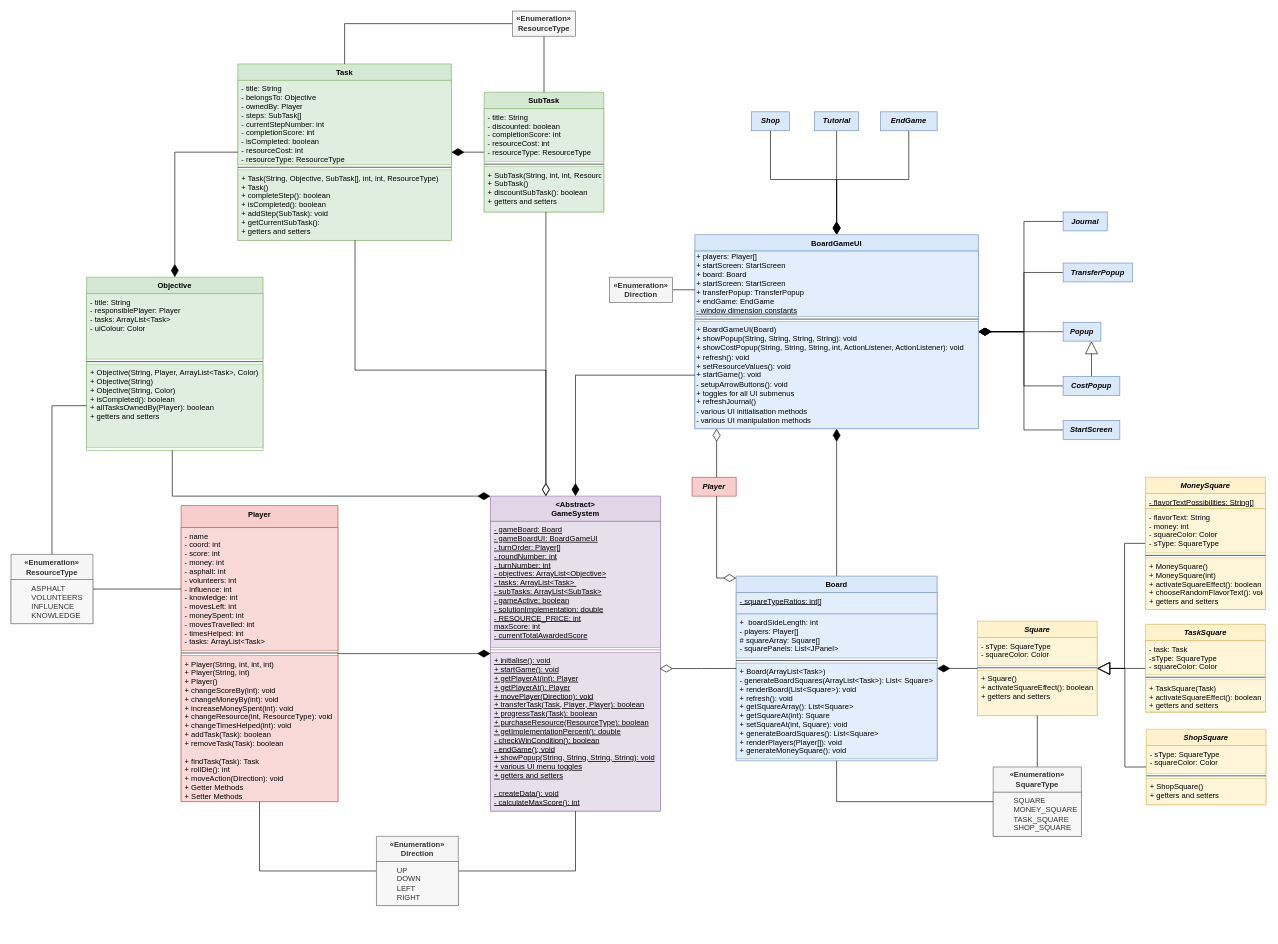
Xelodico/engineers-without-borders keeps this draw.io diagram as Deliverables/Semester 2/UML_Class_Diagram.drawio. Above is the earlier version. Source tidied: cells renumbered, new cells numbered last; positions are measured from the earlier drawing's top-left corner, leaving out a move shared by most shapes. Both pictures are drawn from the tidied source at 63%, with x=0, y=0 at pixel (11, 11).
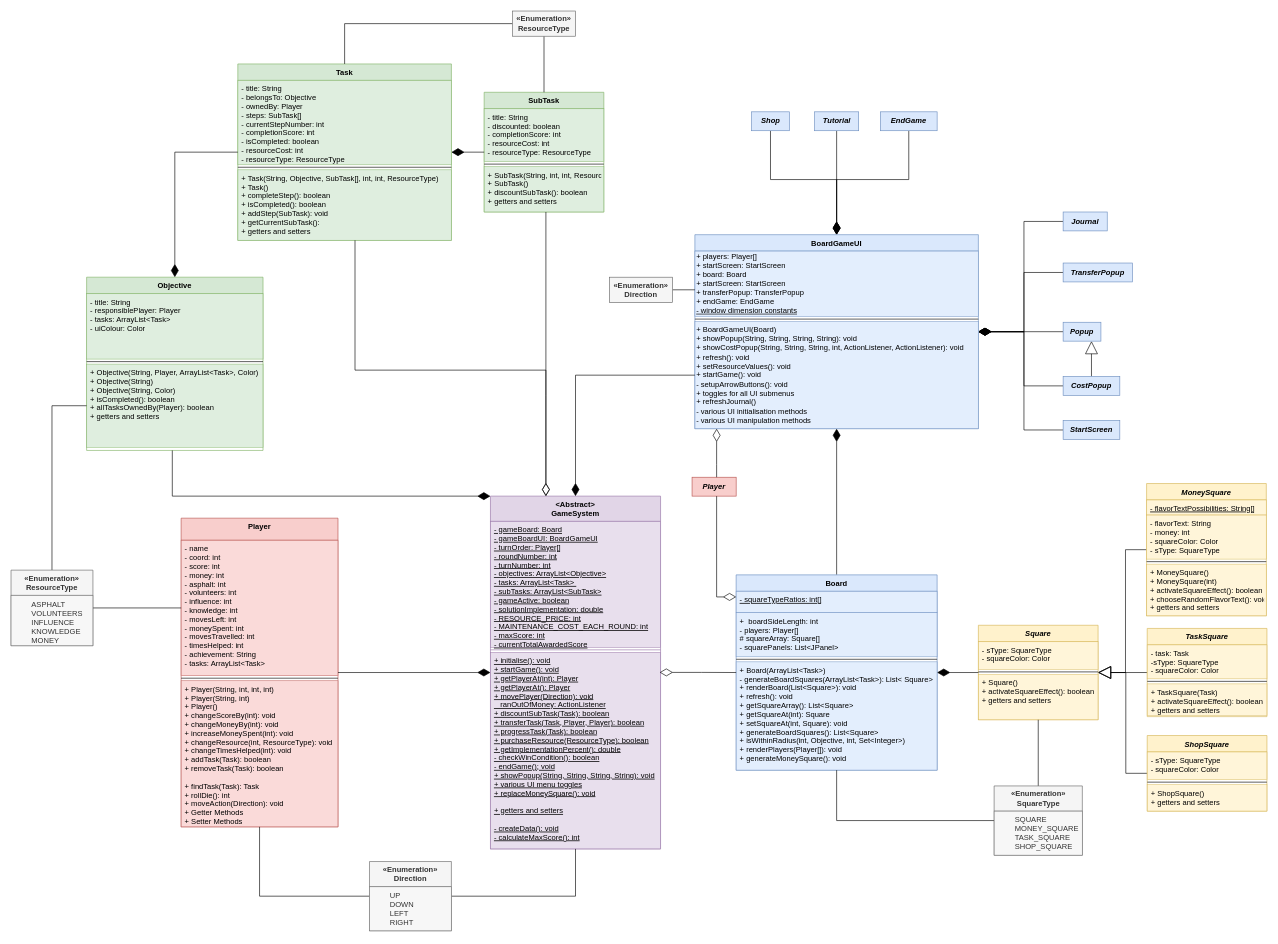
The same page after the edit.

Unchanged cells that the change refers to:
```xml
<mxCell id="64" value="&lt;i&gt;Player&lt;/i&gt;" style="html=1;whiteSpace=wrap;fillColor=#f8cecc;strokeColor=#b85450;fontStyle=1;" parent="1" vertex="1">
  <mxGeometry x="1081" y="740" width="70" height="30" as="geometry" />
</mxCell>
```

The edit, as a diff of the source:
```diff
@@
     <mxCell id="2" value="Square" style="swimlane;fontStyle=3;align=center;verticalAlign=top;horizontal=1;startSize=26;rounded=0;shadow=0;strokeWidth=1;fillColor=#fff2cc;strokeColor=#d6b656;" parent="1" vertex="1">
-      <mxGeometry x="1534" y="968.5" width="190" height="150" as="geometry" />
+      <mxGeometry x="1535.5" y="975" width="190" height="150" as="geometry" />
     </mxCell>
@@
     <mxCell id="7" value="Board" style="swimlane;fontStyle=1;align=center;verticalAlign=top;horizontal=1;startSize=26;rounded=0;shadow=0;strokeWidth=1;fillColor=#dae8fc;strokeColor=#6c8ebf;" parent="1" vertex="1">
-      <mxGeometry x="1151" y="897" width="319" height="293" as="geometry" />
+      <mxGeometry x="1151" y="895" width="319" height="310" as="geometry" />
     </mxCell>
@@
-    <mxCell id="11" value="+ Board(ArrayList&lt;Task&gt;)&#10;- generateBoardSquares(ArrayList&lt;Task&gt;): List&lt; Square&gt;&#10;+ renderBoard(List&lt;Square&gt;): void&#10;+ refresh(): void&#10;+ getSquareArray(): List&lt;Square&gt;&#10;+ getSquareAt(int): Square&#10;+ setSquareAt(int, Square): void&#10;+ generateBoardSquares(): List&lt;Square&gt;&#10;+ renderPlayers(Player[]): void&#10;+ generateMoneySquare(): void&#10;" style="text;align=left;verticalAlign=top;spacingLeft=4;spacingRight=4;overflow=hidden;fillColor=#dae8fc;strokeColor=#6c8ebf;opacity=75;" parent="7" vertex="1">
-      <mxGeometry y="138" width="319" height="152" as="geometry" />
+    <mxCell id="11" value="+ Board(ArrayList&lt;Task&gt;)&#10;- generateBoardSquares(ArrayList&lt;Task&gt;): List&lt; Square&gt;&#10;+ renderBoard(List&lt;Square&gt;): void&#10;+ refresh(): void&#10;+ getSquareArray(): List&lt;Square&gt;&#10;+ getSquareAt(int): Square&#10;+ setSquareAt(int, Square): void&#10;+ generateBoardSquares(): List&lt;Square&gt;&#10;+ isWithinRadius(int, Objective, int, Set&lt;Integer&gt;)&#10;+ renderPlayers(Player[]): void&#10;+ generateMoneySquare(): void&#10;" style="text;align=left;verticalAlign=top;spacingLeft=4;spacingRight=4;overflow=hidden;fillColor=#dae8fc;strokeColor=#6c8ebf;opacity=75;" parent="7" vertex="1">
+      <mxGeometry y="138" width="319" height="172" as="geometry" />
     </mxCell>
     <mxCell id="12" value="Player" style="swimlane;fontStyle=1;align=center;verticalAlign=top;horizontal=1;startSize=35;rounded=0;shadow=0;strokeWidth=1;fillColor=#f8cecc;strokeColor=#b85450;" parent="1" vertex="1">
-      <mxGeometry x="270" y="785" width="249" height="470" as="geometry" />
+      <mxGeometry x="270" y="805" width="249" height="490" as="geometry" />
     </mxCell>
-    <mxCell id="13" value="- name&#10;- coord: int&#10;- score: int&#10;- money: int&#10;- asphalt: int&#10;- volunteers: int&#10;- influence: int&#10;- knowledge: int&#10;- movesLeft: int&#10;- moneySpent: int&#10;- movesTravelled: int&#10;- timesHelped: int&#10;- tasks: ArrayList&lt;Task&gt;" style="text;align=left;verticalAlign=top;spacingLeft=4;spacingRight=4;overflow=hidden;points=[[0,0.5],[1,0.5]];portConstraint=eastwest;fillColor=#f8cecc;strokeColor=#b85450;opacity=75;" parent="12" vertex="1">
-      <mxGeometry y="35" width="249" height="195" as="geometry" />
+    <mxCell id="13" value="- name&#10;- coord: int&#10;- score: int&#10;- money: int&#10;- asphalt: int&#10;- volunteers: int&#10;- influence: int&#10;- knowledge: int&#10;- movesLeft: int&#10;- moneySpent: int&#10;- movesTravelled: int&#10;- timesHelped: int&#10;- achievement: String&#10;- tasks: ArrayList&lt;Task&gt;" style="text;align=left;verticalAlign=top;spacingLeft=4;spacingRight=4;overflow=hidden;points=[[0,0.5],[1,0.5]];portConstraint=eastwest;fillColor=#f8cecc;strokeColor=#b85450;opacity=75;" parent="12" vertex="1">
+      <mxGeometry y="35" width="249" height="215" as="geometry" />
     </mxCell>
     <mxCell id="14" style="line;html=1;strokeWidth=1;align=left;verticalAlign=middle;spacingTop=-1;spacingLeft=3;spacingRight=3;labelPosition=right;" parent="12" vertex="1">
-      <mxGeometry y="230" width="249" height="8" as="geometry" />
+      <mxGeometry y="250" width="249" height="8" as="geometry" />
     </mxCell>
     <mxCell id="15" value="+ Player(String, int, int, int)&#10;+ Player(String, int)&#10;+ Player()&#10;+ changeScoreBy(int): void&#10;+ changeMoneyBy(int): void&#10;+ increaseMoneySpent(int): void&#10;+ changeResource(int, ResourceType): void&#10;+ changeTimesHelped(int): void &#10;+ addTask(Task): boolean&#10;+ removeTask(Task): boolean&#10;&#10;+ findTask(Task): Task&#10;+ rollDie(): int&#10;+ moveAction(Direction): void&#10;+ Getter Methods&#10;+ Setter Methods&#10; " style="text;align=left;verticalAlign=top;spacingLeft=4;spacingRight=4;overflow=hidden;opacity=75;fillColor=#f8cecc;strokeColor=#b85450;" parent="12" vertex="1">
-      <mxGeometry y="238" width="249" height="232" as="geometry" />
+      <mxGeometry y="258" width="249" height="232" as="geometry" />
     </mxCell>
     <mxCell id="16" value="&lt;Abstract&gt;&#10;GameSystem" style="swimlane;fontStyle=1;align=center;verticalAlign=top;horizontal=1;startSize=40;rounded=0;shadow=0;strokeWidth=1;fillColor=#e1d5e7;strokeColor=#9673a6;" parent="1" vertex="1">
-      <mxGeometry x="761" y="770" width="270" height="500" as="geometry" />
+      <mxGeometry x="761" y="770" width="270" height="560" as="geometry" />
     </mxCell>
-    <mxCell id="17" value="- gameBoard: Board&#10;- gameBoardUI: BoardGameUI&#10;- turnOrder: Player[]&#10;- roundNumber: int&#10;- turnNumber: int&#10;- objectives: ArrayList&lt;Objective&gt;&#10;- tasks: ArrayList&lt;Task&gt; &#10;- subTasks: ArrayList&lt;SubTask&gt;&#10;- gameActive: boolean&#10;- solutionImplementation: double&#10;- RESOURCE_PRICE: int&#10;maxScore: int&#10;- currentTotalAwardedScore&#10;" style="text;align=left;verticalAlign=top;spacingLeft=4;spacingRight=4;overflow=hidden;rounded=0;shadow=0;html=0;fontStyle=4;fillColor=#e1d5e7;strokeColor=#9673a6;opacity=75;" parent="16" vertex="1">
+    <mxCell id="17" value="- gameBoard: Board&#10;- gameBoardUI: BoardGameUI&#10;- turnOrder: Player[]&#10;- roundNumber: int&#10;- turnNumber: int&#10;- objectives: ArrayList&lt;Objective&gt;&#10;- tasks: ArrayList&lt;Task&gt; &#10;- subTasks: ArrayList&lt;SubTask&gt;&#10;- gameActive: boolean&#10;- solutionImplementation: double&#10;- RESOURCE_PRICE: int&#10;- MAINTENANCE_COST_EACH_ROUND: int&#10;- maxScore: int&#10;- currentTotalAwardedScore&#10;" style="text;align=left;verticalAlign=top;spacingLeft=4;spacingRight=4;overflow=hidden;rounded=0;shadow=0;html=0;fontStyle=4;fillColor=#e1d5e7;strokeColor=#9673a6;opacity=75;" parent="16" vertex="1">
       <mxGeometry y="40" width="270" height="200" as="geometry" />
     </mxCell>
@@
-    <mxCell id="19" value="+ initialise(): void&#10;+ startGame(): void&#10;+ getPlayerAt(int): Player&#10;+ getPlayerAt(): Player&#10;+ movePlayer(Direction): void&#10;+ transferTask(Task, Player, Player): boolean&#10;+ progressTask(Task): boolean&#10;+ purchaseResource(ResourceType): boolean&#10;+ getImplementationPercent(): double&#10;- checkWinCondition(): boolean&#10;- endGame(); void&#10;+ showPopup(String, String, String, String): void&#10;+ various UI menu toggles&#10;+ getters and setters&#10;&#10;- createData(): void&#10;- calculateMaxScore(): int&#10;&#10;" style="text;align=left;verticalAlign=top;spacingLeft=4;spacingRight=4;overflow=hidden;points=[[0,0.5],[1,0.5]];portConstraint=eastwest;fontStyle=4;fillColor=#e1d5e7;strokeColor=#9673a6;opacity=75;" parent="16" vertex="1">
-      <mxGeometry y="248" width="270" height="252" as="geometry" />
+    <mxCell id="19" value="+ initialise(): void&#10;+ startGame(): void&#10;+ getPlayerAt(int): Player&#10;+ getPlayerAt(): Player&#10;+ movePlayer(Direction): void&#10;   ranOutOfMoney: ActionListener&#10;+ discountSubTask(Task): boolean&#10;+ transferTask(Task, Player, Player): boolean&#10;+ progressTask(Task): boolean&#10;+ purchaseResource(ResourceType): boolean&#10;+ getImplementationPercent(): double&#10;- checkWinCondition(): boolean&#10;- endGame(); void&#10;+ showPopup(String, String, String, String): void&#10;+ various UI menu toggles&#10;+ replaceMoneySquare(): void&#10;&#10;+ getters and setters&#10;&#10;- createData(): void&#10;- calculateMaxScore(): int&#10;&#10;" style="text;align=left;verticalAlign=top;spacingLeft=4;spacingRight=4;overflow=hidden;points=[[0,0.5],[1,0.5]];portConstraint=eastwest;fontStyle=4;fillColor=#e1d5e7;strokeColor=#9673a6;opacity=75;" parent="16" vertex="1">
+      <mxGeometry y="248" width="270" height="312" as="geometry" />
     </mxCell>
@@
     <mxCell id="38" value="TaskSquare" style="swimlane;fontStyle=3;align=center;verticalAlign=top;horizontal=1;startSize=26;rounded=0;shadow=0;strokeWidth=1;fillColor=#fff2cc;strokeColor=#d6b656;" parent="1" vertex="1">
-      <mxGeometry x="1801" y="973.5" width="190" height="140" as="geometry" />
+      <mxGeometry x="1803.5" y="980" width="190" height="140" as="geometry" />
     </mxCell>
@@
     <mxCell id="43" value="ShopSquare" style="swimlane;fontStyle=3;align=center;verticalAlign=top;horizontal=1;startSize=26;rounded=0;shadow=0;strokeWidth=1;fillColor=#fff2cc;strokeColor=#d6b656;" parent="1" vertex="1">
-      <mxGeometry x="1802" y="1140" width="190" height="120" as="geometry" />
+      <mxGeometry x="1803.5" y="1150" width="190" height="120" as="geometry" />
     </mxCell>
@@
     <mxCell id="48" value="MoneySquare" style="swimlane;fontStyle=3;align=center;verticalAlign=top;horizontal=1;startSize=26;rounded=0;shadow=0;strokeWidth=1;fillColor=#fff2cc;strokeColor=#d6b656;" parent="1" vertex="1">
-      <mxGeometry x="1801" y="740" width="190" height="210" as="geometry" />
+      <mxGeometry x="1802.5" y="750" width="190" height="210" as="geometry" />
     </mxCell>
@@
     <mxCell id="55" value="«Enumeration»&lt;br&gt;&lt;span&gt;Direction&lt;/span&gt;" style="html=1;whiteSpace=wrap;shape=swimlane;fontStyle=1;startSize=40;horizontal=1;fillColor=#f5f5f5;fontColor=#333333;strokeColor=#666666;" parent="1" vertex="1">
-      <mxGeometry x="580" y="1310" width="130" height="110" as="geometry" />
+      <mxGeometry x="569" y="1350" width="130" height="110" as="geometry" />
     </mxCell>
@@
     <mxCell id="66" style="edgeStyle=orthogonalEdgeStyle;rounded=0;jettySize=auto;html=1;endSize=18;startSize=18;endArrow=diamondThin;endFill=0;" parent="1" edge="1" source="64" target="7">
       <mxGeometry relative="1" as="geometry">
         <Array as="points">
-          <mxPoint x="1120" y="900" />
+          <mxPoint x="1120" y="930" />
         </Array>
       </mxGeometry>
     </mxCell>
@@
     <mxCell id="72" value="«Enumeration»&lt;br&gt;&lt;span&gt;SquareType&lt;/span&gt;" style="html=1;whiteSpace=wrap;shape=swimlane;fontStyle=1;startSize=40;horizontal=1;fillColor=#f5f5f5;fontColor=#333333;strokeColor=#666666;" parent="1" vertex="1">
-      <mxGeometry x="1559" y="1200" width="140" height="110" as="geometry" />
+      <mxGeometry x="1560.5" y="1230" width="140" height="110" as="geometry" />
     </mxCell>
@@
     <mxCell id="93" value="«Enumeration»&lt;br&gt;&lt;span&gt;ResourceType&lt;/span&gt;" style="html=1;whiteSpace=wrap;shape=swimlane;fontStyle=1;startSize=40;horizontal=1;fillColor=#f5f5f5;fontColor=#333333;strokeColor=#666666;" parent="1" vertex="1">
-      <mxGeometry y="862.5" width="130" height="110" as="geometry" />
+      <mxGeometry y="887.5" width="130" height="120" as="geometry" />
     </mxCell>
-    <mxCell id="94" value="&lt;span style=&quot;white-space: pre;&quot;&gt;&#9;&lt;/span&gt;ASPHALT&lt;div&gt;&lt;span style=&quot;white-space: pre;&quot;&gt;&#9;&lt;/span&gt;VOLUNTEERS&lt;br&gt;&lt;span style=&quot;white-space: pre;&quot;&gt;&#9;&lt;/span&gt;INFLUENCE&lt;br&gt;&lt;span style=&quot;white-space: pre;&quot;&gt;&#9;&lt;/span&gt;KNOWLEDGE&lt;/div&gt;" style="text;strokeColor=#666666;fillColor=#f5f5f5;align=left;verticalAlign=top;spacingLeft=4;spacingRight=4;overflow=hidden;whiteSpace=wrap;html=1;fontColor=#333333;opacity=75;" parent="93" vertex="1">
-      <mxGeometry y="40" width="130" height="70" as="geometry" />
+    <mxCell id="94" value="&lt;span style=&quot;white-space: pre;&quot;&gt;&#9;&lt;/span&gt;ASPHALT&lt;div&gt;&lt;span style=&quot;white-space: pre;&quot;&gt;&#9;&lt;/span&gt;VOLUNTEERS&lt;br&gt;&lt;span style=&quot;white-space: pre;&quot;&gt;&#9;&lt;/span&gt;INFLUENCE&lt;br&gt;&lt;span style=&quot;white-space: pre;&quot;&gt;&#9;&lt;/span&gt;KNOWLEDGE&lt;/div&gt;&lt;div&gt;&lt;span style=&quot;white-space: pre;&quot;&gt;&#9;&lt;/span&gt;MONEY&lt;br&gt;&lt;/div&gt;" style="text;strokeColor=#666666;fillColor=#f5f5f5;align=left;verticalAlign=top;spacingLeft=4;spacingRight=4;overflow=hidden;whiteSpace=wrap;html=1;fontColor=#333333;opacity=75;" parent="93" vertex="1">
+      <mxGeometry y="40" width="130" height="80" as="geometry" />
     </mxCell>
```
